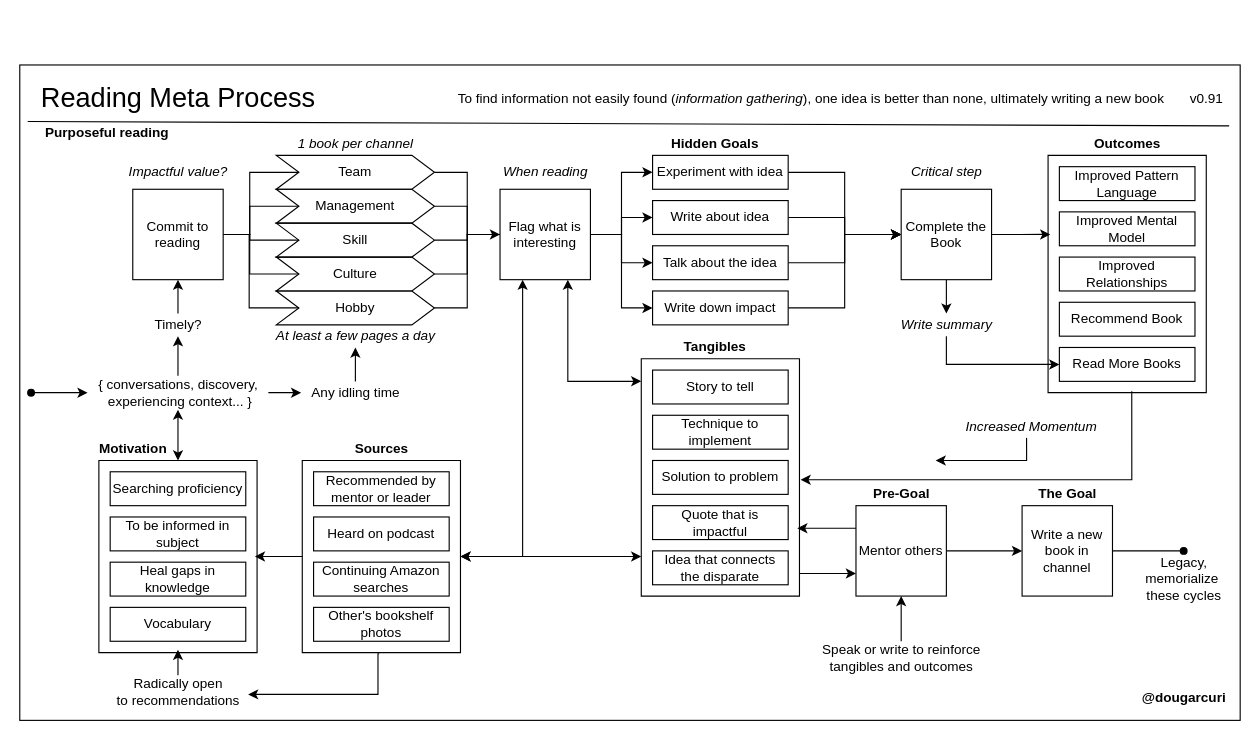
solidi/learning-notes keeps this draw.io diagram as books/diagrams/reading-process.drawio. Above is the earlier version. Source tidied: cells renumbered, new cells numbered last; positions are measured from the earlier drawing's top-left corner, leaving out a move shared by most shapes. Both pictures are drawn from the tidied source at 113%, with x=0, y=0 at pixel (19, 64).
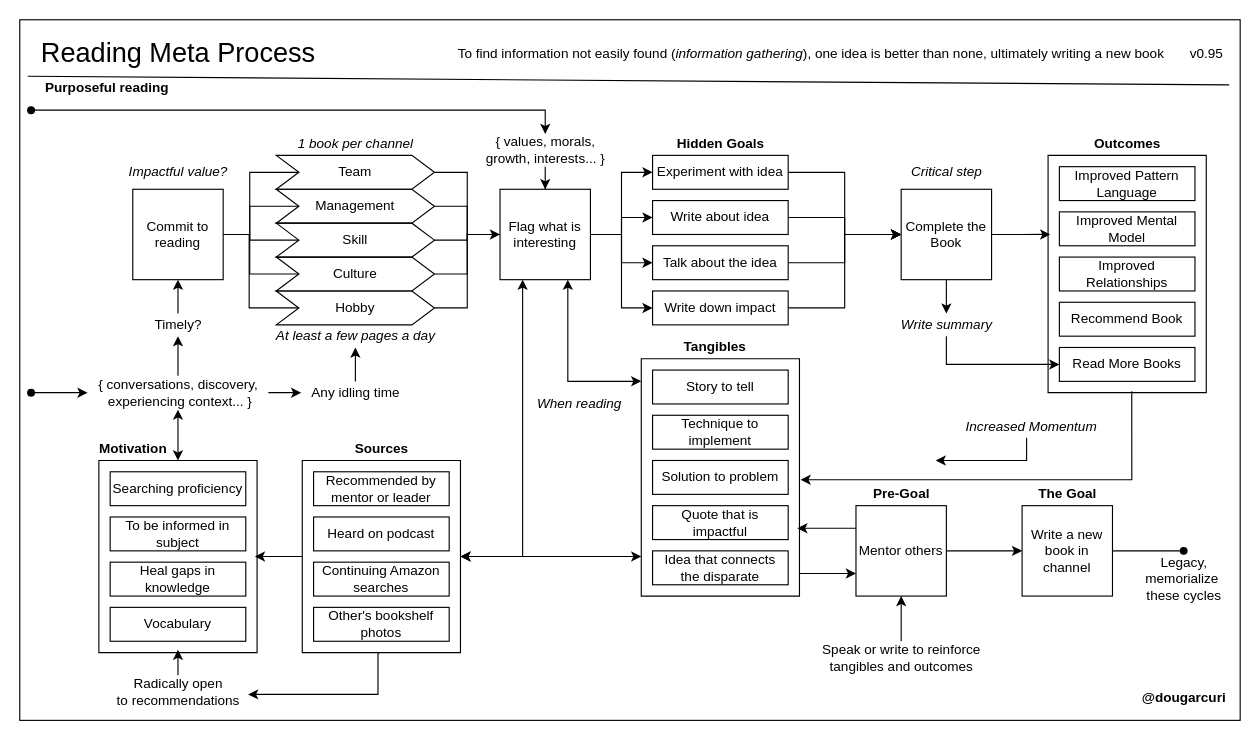
The same diagram, later.

Commit message (it also covers changes not shown here):
Add values, morals, interests entry point

The change refers to these unchanged cells:
```xml
<mxCell id="23" value="Flag what is interesting" style="whiteSpace=wrap;html=1;" parent="1" vertex="1">
  <mxGeometry x="425" y="110" width="80" height="80" as="geometry" />
</mxCell>
```

Change to the diagram source:
```diff
@@
     <mxCell id="3" style="rounded=0;whiteSpace=wrap;html=1;fillColor=none;" parent="1" vertex="1">
-      <mxGeometry width="1080" height="580" as="geometry" />
+      <mxGeometry y="-40" width="1080" height="620" as="geometry" />
     </mxCell>
@@
     <mxCell id="8" value="&lt;font style=&quot;font-size: 24px&quot;&gt;Reading Meta Process&lt;/font&gt;" style="text;html=1;align=center;verticalAlign=middle;" parent="1" vertex="1">
-      <mxGeometry x="10" y="20" width="260" height="20" as="geometry" />
+      <mxGeometry x="10" y="-20" width="260" height="20" as="geometry" />
     </mxCell>
@@
     <mxCell id="15" value="To find information not easily found (&lt;i&gt;information gathering&lt;/i&gt;), one idea is better than none, ultimately writing a new book" style="text;html=1;align=center;verticalAlign=middle;" parent="1" vertex="1">
-      <mxGeometry x="380" y="20" width="640" height="20" as="geometry" />
+      <mxGeometry x="380" y="-20" width="640" height="20" as="geometry" />
     </mxCell>
@@
     <mxCell id="17" value="&lt;b&gt;Purposeful reading&lt;/b&gt;" style="text;html=1;align=center;verticalAlign=middle;" parent="1" vertex="1">
-      <mxGeometry x="17" y="50" width="120" height="20" as="geometry" />
+      <mxGeometry x="17" y="10" width="120" height="20" as="geometry" />
     </mxCell>
@@
-    <mxCell id="28" value="v0.91" style="text;html=1;align=center;verticalAlign=middle;" parent="1" vertex="1">
-      <mxGeometry x="1030" y="20" width="40" height="20" as="geometry" />
+    <mxCell id="28" value="v0.95" style="text;html=1;align=center;verticalAlign=middle;" parent="1" vertex="1">
+      <mxGeometry x="1030" y="-20" width="40" height="20" as="geometry" />
     </mxCell>
@@
     <mxCell id="30" style="endArrow=none;html=1;entryX=0.991;entryY=0.093;entryDx=0;entryDy=0;entryPerimeter=0;" parent="1" edge="1" target="3">
       <mxGeometry relative="1" as="geometry">
-        <mxPoint x="7" y="50" as="sourcePoint" />
+        <mxPoint x="7" y="10" as="sourcePoint" />
       </mxGeometry>
     </mxCell>
@@
     <mxCell id="77" value="&lt;b&gt;Hidden Goals&lt;/b&gt;" style="text;html=1;align=center;verticalAlign=middle;" parent="1" vertex="1">
-      <mxGeometry x="570" y="60" width="90" height="20" as="geometry" />
+      <mxGeometry x="575" y="60" width="90" height="20" as="geometry" />
     </mxCell>
     <mxCell id="78" value="&lt;i&gt;When reading&lt;/i&gt;" style="text;html=1;align=center;verticalAlign=middle;" parent="1" vertex="1">
-      <mxGeometry x="420" y="85" width="90" height="20" as="geometry" />
+      <mxGeometry x="450" y="290" width="90" height="20" as="geometry" />
     </mxCell>
@@
+    <mxCell id="105" style="edgeStyle=orthogonalEdgeStyle;rounded=0;jettySize=auto;html=1;entryX=0.5;entryY=0;entryDx=0;entryDy=0;startArrow=none;startFill=0;endArrow=classic;endFill=1;" parent="1" edge="1" source="106" target="23">
+      <mxGeometry relative="1" as="geometry" />
+    </mxCell>
+    <mxCell id="106" value="{ values, morals,&lt;br&gt;growth, interests... }" style="text;html=1;align=center;verticalAlign=middle;points=[];" parent="1" vertex="1">
+      <mxGeometry x="405" y="60" width="120" height="30" as="geometry" />
+    </mxCell>
+    <mxCell id="107" style="edgeStyle=orthogonalEdgeStyle;rounded=0;jettySize=auto;html=1;startArrow=classic;startFill=1;endArrow=oval;endFill=1;exitX=0.5;exitY=0.033;exitDx=0;exitDy=0;exitPerimeter=0;" parent="1" edge="1" source="106">
+      <mxGeometry relative="1" as="geometry">
+        <mxPoint x="10" y="40" as="targetPoint" />
+        <Array as="points">
+          <mxPoint x="465" y="40" />
+        </Array>
+      </mxGeometry>
+    </mxCell>
```
